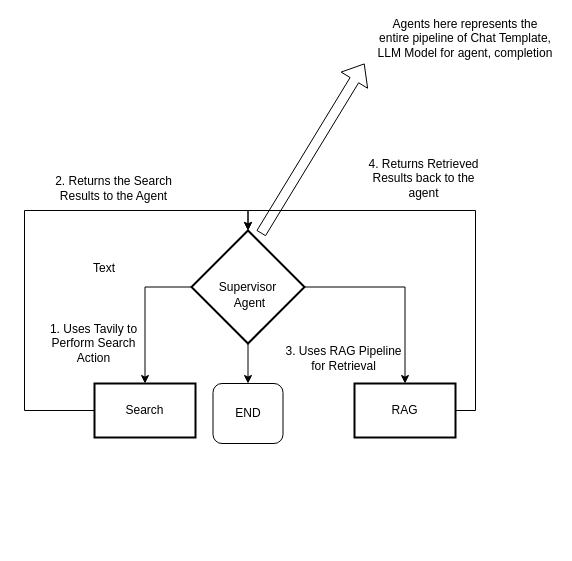
Above: 06_Multi_Agent_with_LangGraph/Untitled Diagram.drawio in Bharath25191/AIE5_BD (draw.io), before the change. Source tidied: cells renumbered, new cells numbered last; positions are measured from the earlier drawing's top-left corner, leaving out a move shared by most shapes. Both pictures are drawn from the tidied source at 100%, with x=0, y=0 at pixel (24, 23).
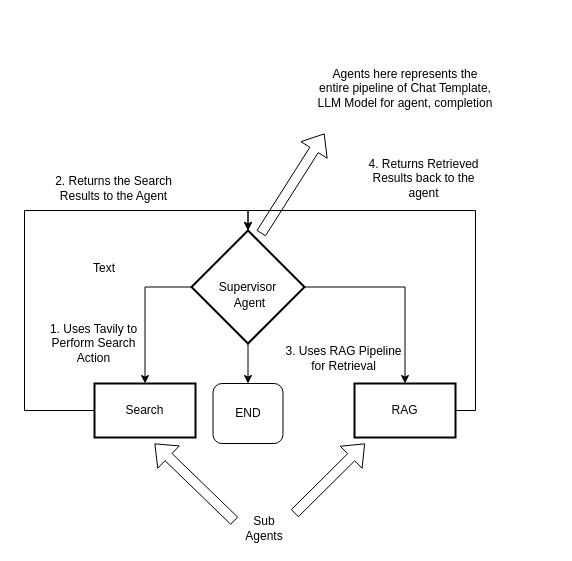
After the change.

Change to the diagram source:
```diff
@@
     <mxCell id="15" style="shape=flexArrow;endArrow=classic;html=1;rounded=0;" parent="1" edge="1">
       <mxGeometry relative="1" as="geometry">
         <mxPoint x="236.5" y="210" as="sourcePoint" />
-        <mxPoint x="340" y="40" as="targetPoint" />
+        <mxPoint x="300" y="110" as="targetPoint" />
       </mxGeometry>
     </mxCell>
@@
     <mxCell id="17" value="Agents here represents the entire pipeline of Chat Template, LLM Model for agent, completion" style="text;html=1;align=center;verticalAlign=middle;whiteSpace=wrap;rounded=0;" parent="1" vertex="1">
-      <mxGeometry x="350.5" width="179.5" height="30" as="geometry" />
+      <mxGeometry x="290.8" y="50" width="179.5" height="30" as="geometry" />
     </mxCell>
@@
+    <mxCell id="19" value="Sub Agents" style="text;html=1;align=center;verticalAlign=middle;whiteSpace=wrap;rounded=0;" parent="1" vertex="1">
+      <mxGeometry x="210" y="490" width="60" height="30" as="geometry" />
+    </mxCell>
+    <mxCell id="20" style="shape=flexArrow;endArrow=classic;html=1;rounded=0;exitX=0;exitY=0.25;exitDx=0;exitDy=0;" parent="1" edge="1" source="19">
+      <mxGeometry relative="1" as="geometry">
+        <mxPoint x="130" y="420" as="targetPoint" />
+      </mxGeometry>
+    </mxCell>
+    <mxCell id="21" style="shape=flexArrow;endArrow=classic;html=1;rounded=0;exitX=1;exitY=0;exitDx=0;exitDy=0;" parent="1" edge="1" source="19">
+      <mxGeometry relative="1" as="geometry">
+        <mxPoint x="340.5" y="420" as="targetPoint" />
+      </mxGeometry>
+    </mxCell>
```
